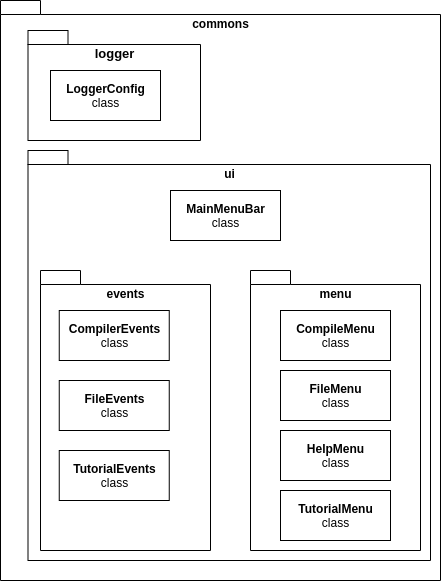
This is 3. Documentation/Documentation & Sources/templateLaTeX-Eng/img/CommonsPackage.png from mihaipitu1/UTCN_Thesis_V2, a draw.io export, as it was before one commit. Source tidied: cells renumbered, new cells last; positions are measured from the earlier drawing's top-left corner, leaving out a move shared by most shapes.
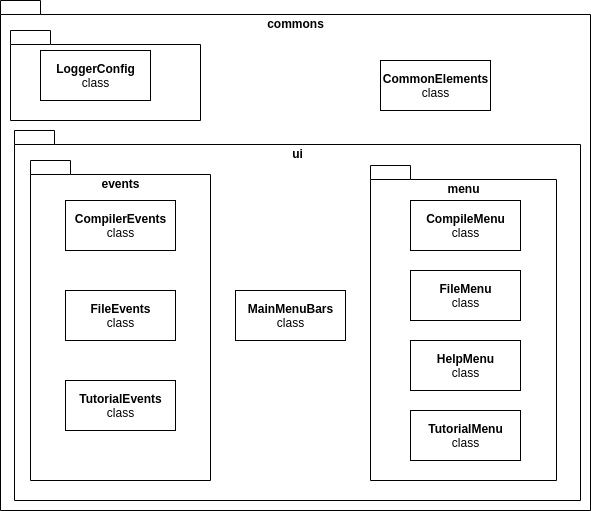
Later version of the same file.

Commit message:
Updated CommonsPackage diagram and Editor

Change to the diagram source:
```diff
@@ -2,47 +2,50 @@
   <root>
     <mxCell id="0" />
     <mxCell id="1" parent="0" />
-    <mxCell id="2" value="&lt;div style=&quot;&quot;&gt;commons&lt;/div&gt;" style="shape=folder;fontStyle=1;spacingTop=10;tabWidth=40;tabHeight=14;tabPosition=left;html=1;align=center;verticalAlign=top;" parent="1" vertex="1">
-      <mxGeometry width="440" height="580" as="geometry" />
-    </mxCell>
-    <mxCell id="3" value="&lt;div style=&quot;text-align: justify&quot;&gt;&lt;span&gt;&lt;font style=&quot;line-height: 100% ; font-size: 13px&quot;&gt;logger&lt;/font&gt;&lt;/span&gt;&lt;/div&gt;" style="shape=folder;fontStyle=1;spacingTop=10;tabWidth=40;tabHeight=14;tabPosition=left;html=1;verticalAlign=top;" parent="1" vertex="1">
-      <mxGeometry x="27.5" y="30" width="172.5" height="110" as="geometry" />
-    </mxCell>
+    <mxCell id="16" value="commons" style="shape=folder;fontStyle=1;spacingTop=10;tabWidth=40;tabHeight=14;tabPosition=left;html=1;verticalAlign=top;" parent="1" vertex="1">
+      <mxGeometry x="10" y="60" width="590" height="510" as="geometry" />
+    </mxCell>
-    <mxCell id="4" value="ui" style="shape=folder;fontStyle=1;spacingTop=10;tabWidth=40;tabHeight=14;tabPosition=left;html=1;align=center;verticalAlign=top;" parent="1" vertex="1">
-      <mxGeometry x="27.5" y="150" width="402.5" height="410" as="geometry" />
+    <mxCell id="4" value="ui" style="shape=folder;fontStyle=1;spacingTop=10;tabWidth=40;tabHeight=14;tabPosition=left;html=1;verticalAlign=top;" parent="1" vertex="1">
+      <mxGeometry x="24" y="190" width="566" height="370" as="geometry" />
     </mxCell>
+    <mxCell id="17" value="commons" style="shape=folder;fontStyle=1;spacingTop=10;tabWidth=40;tabHeight=14;tabPosition=left;html=1;verticalAlign=top;" parent="1" vertex="1">
+      <mxGeometry x="20" y="90" width="190" height="90" as="geometry" />
+    </mxCell>
-    <mxCell id="5" value="events" style="shape=folder;fontStyle=1;spacingTop=10;tabWidth=40;tabHeight=14;tabPosition=left;html=1;align=center;verticalAlign=top;" parent="1" vertex="1">
-      <mxGeometry x="40" y="270" width="170" height="280" as="geometry" />
+    <mxCell id="5" value="events" style="shape=folder;fontStyle=1;spacingTop=10;tabWidth=40;tabHeight=14;tabPosition=left;html=1;verticalAlign=top;" parent="1" vertex="1">
+      <mxGeometry x="40" y="220" width="180" height="320" as="geometry" />
     </mxCell>
+    <mxCell id="10" value="menu" style="shape=folder;fontStyle=1;spacingTop=10;tabWidth=40;tabHeight=14;tabPosition=left;html=1;verticalAlign=top;" parent="1" vertex="1">
+      <mxGeometry x="380" y="225" width="186" height="315" as="geometry" />
+    </mxCell>
-    <mxCell id="6" value="&lt;b&gt;LoggerConfig&lt;/b&gt;&lt;br&gt;class" style="html=1;align=center;" parent="1" vertex="1">
-      <mxGeometry x="50" y="70" width="110" height="50" as="geometry" />
+    <mxCell id="6" value="LoggerConfig&lt;br&gt;&lt;span style=&quot;font-weight: normal&quot;&gt;class&lt;/span&gt;" style="html=1;fontStyle=1;" parent="1" vertex="1">
+      <mxGeometry x="50" y="110" width="110" height="50" as="geometry" />
     </mxCell>
-    <mxCell id="7" value="&lt;b&gt;CompilerEvents&lt;/b&gt;&lt;br&gt;class" style="html=1;align=center;" parent="1" vertex="1">
-      <mxGeometry x="58.8" y="310" width="110" height="50" as="geometry" />
-    </mxCell>
-    <mxCell id="8" value="&lt;b&gt;FileEvents&lt;/b&gt;&lt;br&gt;class" style="html=1;align=center;" parent="1" vertex="1">
-      <mxGeometry x="58.8" y="380" width="110" height="50" as="geometry" />
-    </mxCell>
-    <mxCell id="9" value="&lt;b&gt;TutorialEvents&lt;/b&gt;&lt;br&gt;class" style="html=1;align=center;" parent="1" vertex="1">
-      <mxGeometry x="58.8" y="450" width="110" height="50" as="geometry" />
-    </mxCell>
-    <mxCell id="10" value="menu" style="shape=folder;fontStyle=1;spacingTop=10;tabWidth=40;tabHeight=14;tabPosition=left;html=1;align=center;verticalAlign=top;" parent="1" vertex="1">
-      <mxGeometry x="250" y="270" width="170" height="280" as="geometry" />
-    </mxCell>
-    <mxCell id="11" value="&lt;b&gt;TutorialMenu&lt;/b&gt;&lt;br&gt;class" style="html=1;align=center;" parent="1" vertex="1">
-      <mxGeometry x="280" y="490" width="110" height="50" as="geometry" />
-    </mxCell>
-    <mxCell id="12" value="&lt;b&gt;HelpMenu&lt;/b&gt;&lt;br&gt;class" style="html=1;align=center;" parent="1" vertex="1">
-      <mxGeometry x="280" y="430" width="110" height="50" as="geometry" />
-    </mxCell>
+    <mxCell id="18" value="MainMenuBars&lt;br&gt;&lt;span style=&quot;font-weight: normal&quot;&gt;class&lt;/span&gt;" style="html=1;fontStyle=1;" parent="1" vertex="1">
+      <mxGeometry x="245" y="350" width="110" height="50" as="geometry" />
+    </mxCell>
+    <mxCell id="19" value="CommonElements&lt;br&gt;&lt;span style=&quot;font-weight: normal&quot;&gt;class&lt;/span&gt;" style="html=1;fontStyle=1;" parent="1" vertex="1">
+      <mxGeometry x="390" y="120" width="110" height="50" as="geometry" />
+    </mxCell>
-    <mxCell id="13" value="&lt;b&gt;FileMenu&lt;/b&gt;&lt;br&gt;class" style="html=1;align=center;" parent="1" vertex="1">
-      <mxGeometry x="280" y="370" width="110" height="50" as="geometry" />
+    <mxCell id="13" value="FileMenu&lt;br&gt;&lt;span style=&quot;font-weight: normal&quot;&gt;class&lt;/span&gt;" style="html=1;fontStyle=1;" parent="1" vertex="1">
+      <mxGeometry x="420" y="330" width="110" height="50" as="geometry" />
     </mxCell>
-    <mxCell id="14" value="&lt;b&gt;CompileMenu&lt;/b&gt;&lt;br&gt;class" style="html=1;align=center;" parent="1" vertex="1">
-      <mxGeometry x="280" y="310" width="110" height="50" as="geometry" />
+    <mxCell id="14" value="CompileMenu&lt;br&gt;&lt;span style=&quot;font-weight: normal&quot;&gt;class&lt;/span&gt;" style="html=1;fontStyle=1;" parent="1" vertex="1">
+      <mxGeometry x="420" y="260" width="110" height="50" as="geometry" />
     </mxCell>
-    <mxCell id="15" value="&lt;b&gt;MainMenuBar&lt;/b&gt;&lt;br&gt;class" style="html=1;align=center;" parent="1" vertex="1">
-      <mxGeometry x="170" y="190" width="110" height="50" as="geometry" />
-    </mxCell>
+    <mxCell id="9" value="TutorialEvents&lt;br&gt;&lt;span style=&quot;font-weight: normal&quot;&gt;class&lt;/span&gt;" style="html=1;fontStyle=1;" parent="1" vertex="1">
+      <mxGeometry x="75" y="440" width="110" height="50" as="geometry" />
+    </mxCell>
+    <mxCell id="8" value="FileEvents&lt;br&gt;&lt;span style=&quot;font-weight: normal&quot;&gt;class&lt;/span&gt;" style="html=1;fontStyle=1;" parent="1" vertex="1">
+      <mxGeometry x="75" y="350" width="110" height="50" as="geometry" />
+    </mxCell>
+    <mxCell id="7" value="CompilerEvents&lt;br&gt;&lt;span style=&quot;font-weight: normal&quot;&gt;class&lt;/span&gt;" style="html=1;fontStyle=1;" parent="1" vertex="1">
+      <mxGeometry x="75" y="260" width="110" height="50" as="geometry" />
+    </mxCell>
+    <mxCell id="12" value="HelpMenu&lt;br&gt;&lt;span style=&quot;font-weight: normal&quot;&gt;class&lt;/span&gt;" style="html=1;fontStyle=1;" parent="1" vertex="1">
+      <mxGeometry x="420" y="400" width="110" height="50" as="geometry" />
+    </mxCell>
+    <mxCell id="11" value="TutorialMenu&lt;br&gt;&lt;span style=&quot;font-weight: normal&quot;&gt;class&lt;/span&gt;" style="html=1;fontStyle=1;" parent="1" vertex="1">
+      <mxGeometry x="420" y="470" width="110" height="50" as="geometry" />
+    </mxCell>
   </root>
 </mxGraphModel>
```
